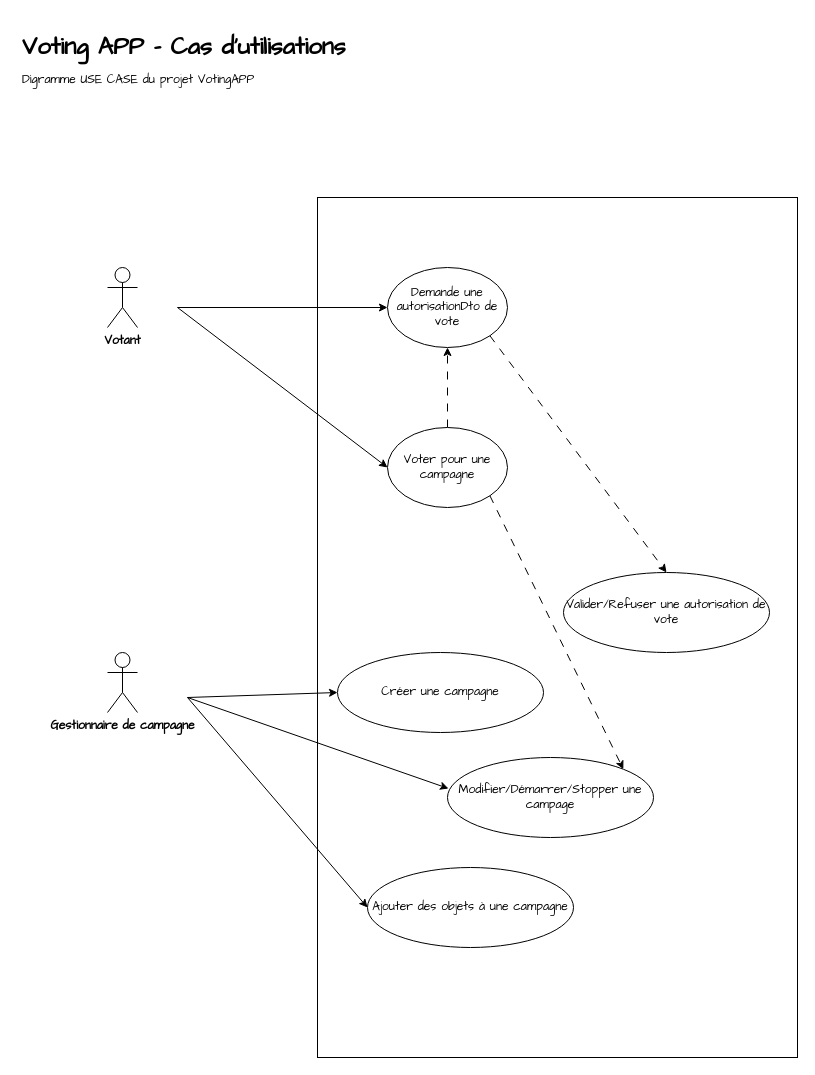
Earlier version of the draw.io diagram page "Page-2" (4 of 8) of documentation/voting-app.drawio (ylked/voting-app). Source tidied: cells renumbered, new cells numbered last; positions are measured from the earlier drawing's top-left corner, leaving out a move shared by most shapes. Both pictures are drawn from the tidied source at 100%, with x=0, y=0 at pixel (17, 27).
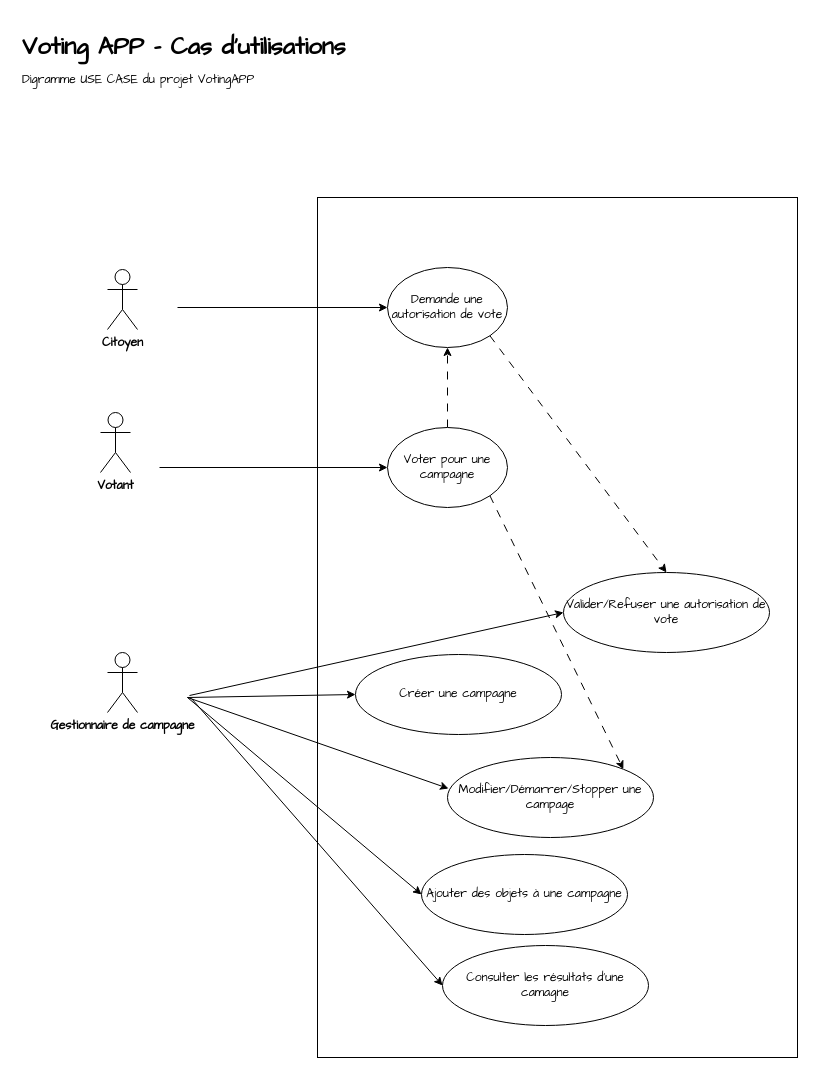
The same diagram, later.

The change refers to these unchanged cells:
```xml
<mxCell id="8" value="Voter pour une campagne" style="ellipse;whiteSpace=wrap;html=1;fontFamily=Comic Sans MS;" parent="1" vertex="1">
  <mxGeometry x="370" y="400" width="120" height="80" as="geometry" />
</mxCell>
<mxCell id="15" value="Valider/Refuser une autorisation de vote" style="ellipse;whiteSpace=wrap;html=1;fontFamily=Comic Sans MS;" parent="1" vertex="1">
  <mxGeometry x="546" y="545" width="206" height="80" as="geometry" />
</mxCell>
```

What changed in the source:
```diff
@@
     <mxCell id="3" value="Votant" style="shape=umlActor;verticalLabelPosition=bottom;verticalAlign=top;html=1;fontFamily=Comic Sans MS;fontStyle=1;" parent="1" vertex="1">
-      <mxGeometry x="90" y="240" width="30" height="60" as="geometry" />
+      <mxGeometry x="83" y="385" width="30" height="60" as="geometry" />
     </mxCell>
@@
     <mxCell id="5" style="endArrow=classic;html=1;rounded=0;entryX=0;entryY=0.5;entryDx=0;entryDy=0;fontFamily=Comic Sans MS;" parent="1" edge="1" target="8">
       <mxGeometry relative="1" as="geometry">
-        <mxPoint x="160" y="280" as="sourcePoint" />
+        <mxPoint x="142" y="440" as="sourcePoint" />
       </mxGeometry>
     </mxCell>
-    <mxCell id="6" value="Demande une autorisationDto de vote" style="ellipse;whiteSpace=wrap;html=1;fontFamily=Comic Sans MS;" parent="1" vertex="1">
+    <mxCell id="6" value="Demande une autorisation de vote" style="ellipse;whiteSpace=wrap;html=1;fontFamily=Comic Sans MS;" parent="1" vertex="1">
       <mxGeometry x="370" y="240" width="120" height="80" as="geometry" />
     </mxCell>
@@
     <mxCell id="10" value="Créer une campagne" style="ellipse;whiteSpace=wrap;html=1;fontFamily=Comic Sans MS;" parent="1" vertex="1">
-      <mxGeometry x="320" y="625" width="206" height="80" as="geometry" />
+      <mxGeometry x="338" y="627" width="206" height="80" as="geometry" />
     </mxCell>
@@
     <mxCell id="14" value="Ajouter des objets à une campagne" style="ellipse;whiteSpace=wrap;html=1;fontFamily=Comic Sans MS;" parent="1" vertex="1">
-      <mxGeometry x="350" y="840" width="206" height="80" as="geometry" />
+      <mxGeometry x="404" y="827" width="206" height="80" as="geometry" />
     </mxCell>
@@
+    <mxCell id="20" value="Consulter les résultats d'une camagne" style="ellipse;whiteSpace=wrap;html=1;fontFamily=Comic Sans MS;" parent="1" vertex="1">
+      <mxGeometry x="425" y="918" width="206" height="80" as="geometry" />
+    </mxCell>
+    <mxCell id="21" style="endArrow=classic;html=1;rounded=0;entryX=0;entryY=0.5;entryDx=0;entryDy=0;fontFamily=Comic Sans MS;" parent="1" edge="1" target="20">
+      <mxGeometry relative="1" as="geometry">
+        <mxPoint x="174" y="671" as="sourcePoint" />
+      </mxGeometry>
+    </mxCell>
+    <mxCell id="22" value="Citoyen" style="shape=umlActor;verticalLabelPosition=bottom;verticalAlign=top;html=1;fontFamily=Comic Sans MS;fontStyle=1;" parent="1" vertex="1">
+      <mxGeometry x="90" y="242" width="30" height="60" as="geometry" />
+    </mxCell>
+    <mxCell id="23" style="endArrow=classic;html=1;rounded=0;entryX=0;entryY=0.5;entryDx=0;entryDy=0;fontFamily=Comic Sans MS;" parent="1" edge="1" target="15">
+      <mxGeometry relative="1" as="geometry">
+        <mxPoint x="172" y="668" as="sourcePoint" />
+      </mxGeometry>
+    </mxCell>
```
